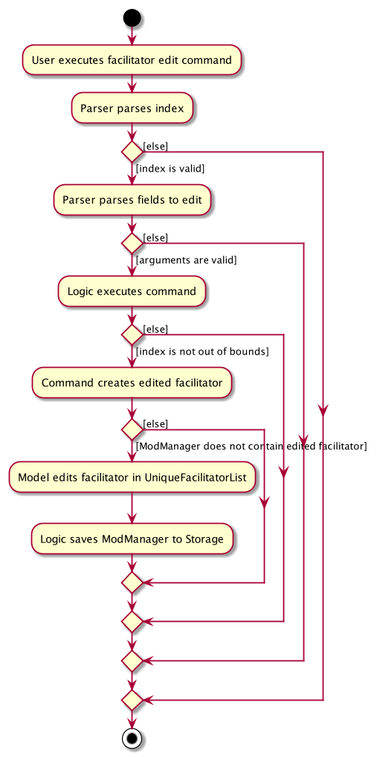
Before: docs/images/FacilitatorEditActivityDiagram.png, a diagram exported from PlantUML (zixinn/main).
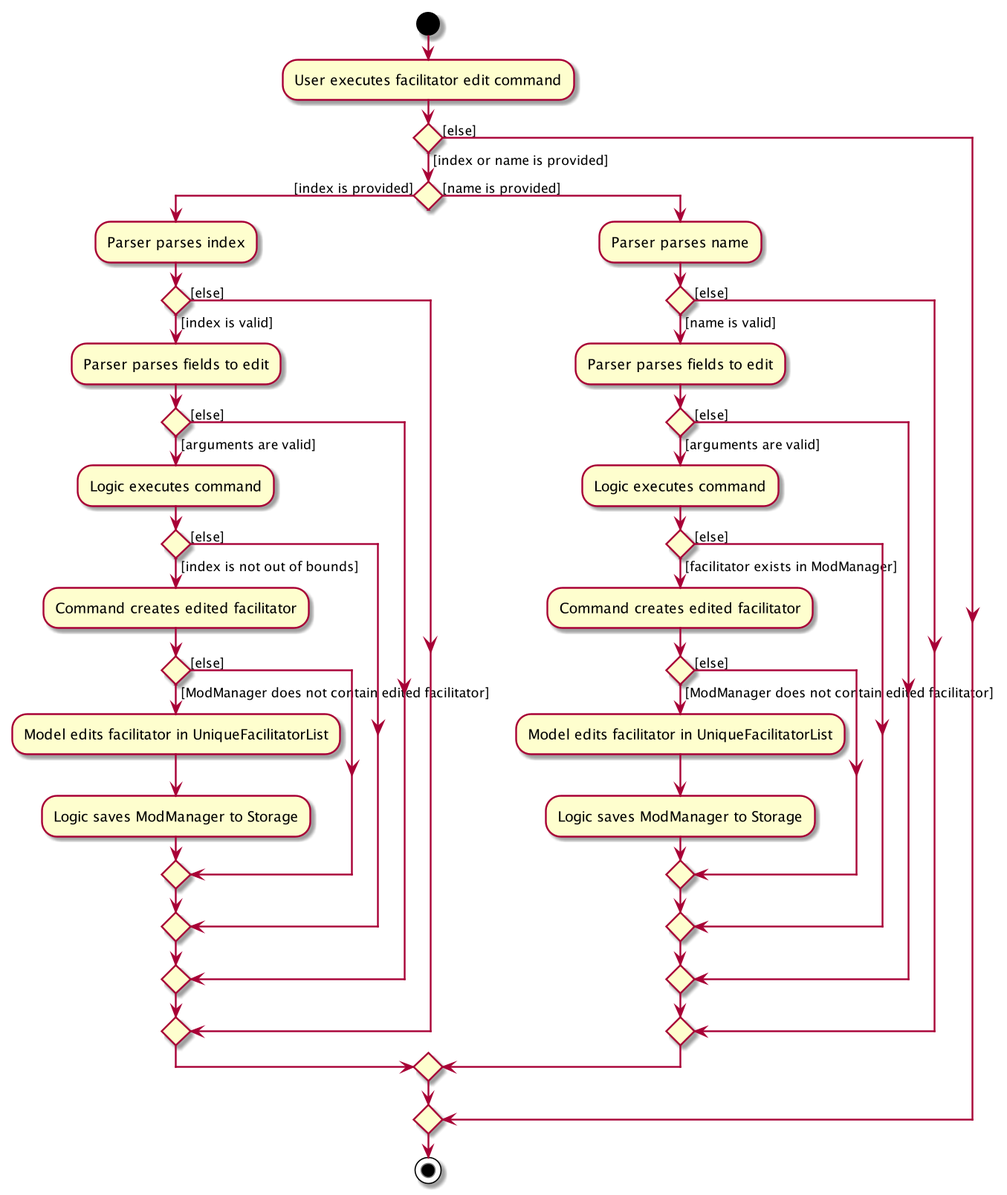
After the change.

The edit, as a diff of the source:
```diff
@@ -1,21 +1,45 @@
 @startuml
 start
 :User executes facilitator edit command;
-:Parser parses index;
-if () then ([index is valid])
-    :Parser parses fields to edit;
-    if () then ([arguments are valid])
-        :Logic executes command;
-        if () then ([index is not out of bounds])
-            :Command creates edited facilitator;
-            if () then ([ModManager does not contain edited facilitator])
-                :Model edits facilitator in UniqueFacilitatorList;
-                :Logic saves ModManager to Storage;
+if () then ([index or name is provided])
+    if () then ([index is provided])
+        :Parser parses index;
+        if () then ([index is valid])
+            :Parser parses fields to edit;
+            if () then ([arguments are valid])
+                :Logic executes command;
+                if () then ([index is not out of bounds])
+                    :Command creates edited facilitator;
+                    if () then ([ModManager does not contain edited facilitator])
+                        :Model edits facilitator in UniqueFacilitatorList;
+                        :Logic saves ModManager to Storage;
+                    else ([else])
+                    endif
+                else ([else])
+                endif
             else ([else])
             endif
         else ([else])
         endif
-    else ([else])
+    else ([name is provided])
+        :Parser parses name;
+        if () then ([name is valid])
+            :Parser parses fields to edit;
+            if () then ([arguments are valid])
+                :Logic executes command;
+                if () then ([facilitator exists in ModManager])
+                    :Command creates edited facilitator;
+                    if () then ([ModManager does not contain edited facilitator])
+                        :Model edits facilitator in UniqueFacilitatorList;
+                        :Logic saves ModManager to Storage;
+                    else ([else])
+                    endif
+                else ([else])
+                endif
+            else ([else])
+            endif
+        else ([else])
+        endif
     endif
 else ([else])
 endif
```
